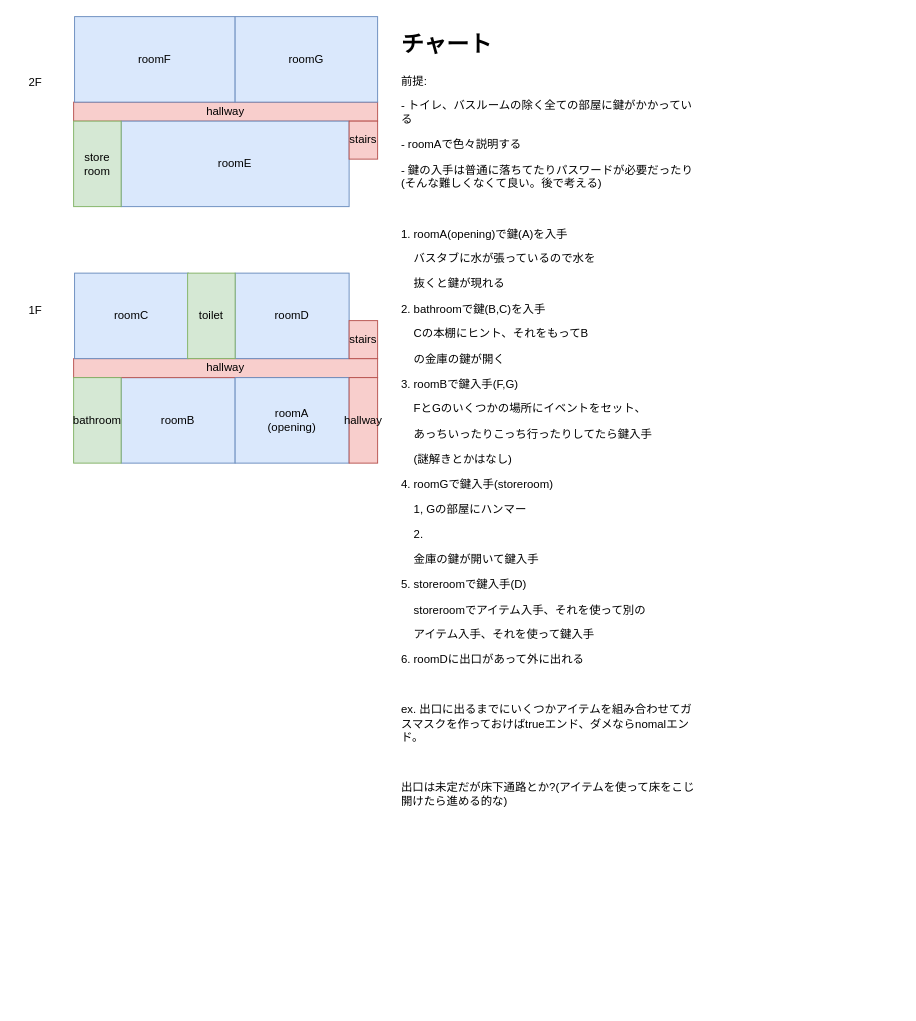
Earlier version of the draw.io diagram chart.drawio (mijinc0/escape_game). Source tidied: cells renumbered, new cells numbered last; positions are measured from the earlier drawing's top-left corner, leaving out a move shared by most shapes. Both pictures are drawn from the tidied source at 95%, with x=0, y=0 at pixel (16, 16).
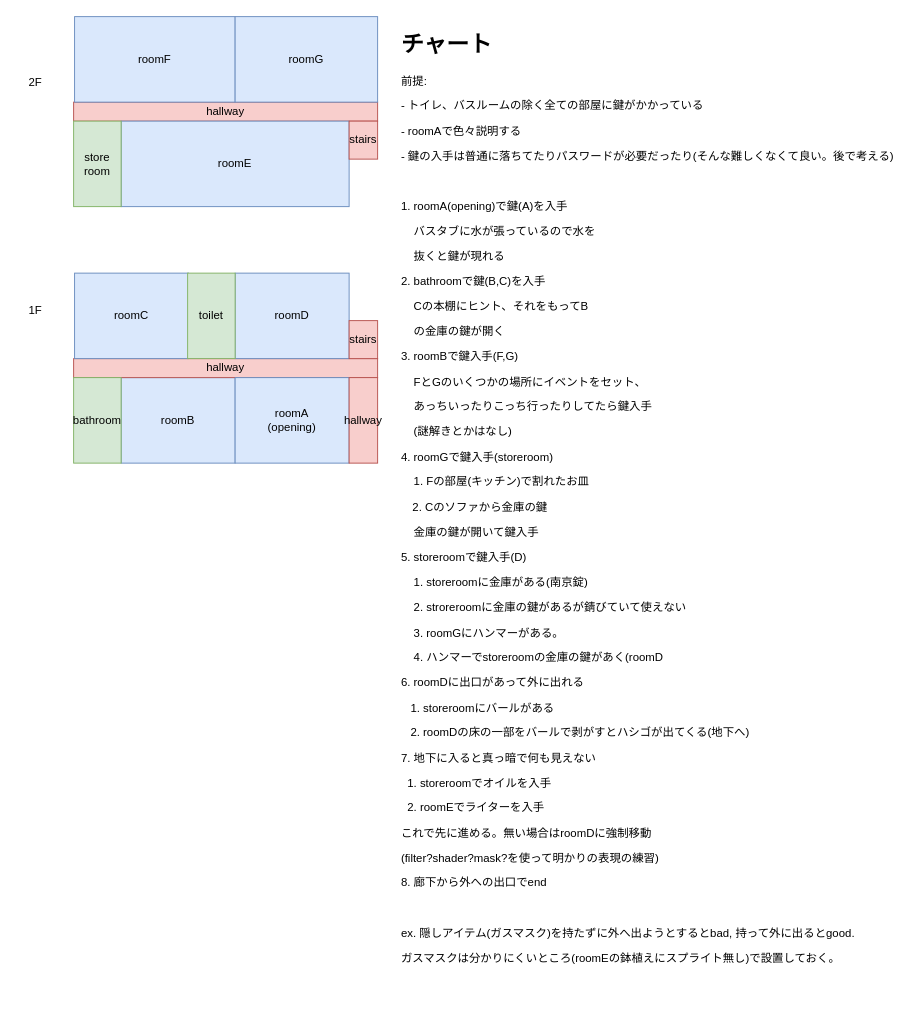
After the change.

Change to the diagram source:
```diff
@@
 <mxGraphModel>
   <root>
     <mxCell id="0" />
     <mxCell id="1" parent="0" />
     <mxCell id="2" value="roomB" style="rounded=0;whiteSpace=wrap;html=1;fillColor=#dae8fc;strokeColor=#6c8ebf;" parent="1" vertex="1">
       <mxGeometry x="110" y="380" width="120" height="90" as="geometry" />
     </mxCell>
     <mxCell id="3" value="hallway" style="rounded=0;whiteSpace=wrap;html=1;fillColor=#f8cecc;strokeColor=#b85450;" parent="1" vertex="1">
       <mxGeometry x="60" y="360" width="320" height="20" as="geometry" />
     </mxCell>
     <mxCell id="4" value="roomC&lt;br&gt;" style="rounded=0;whiteSpace=wrap;html=1;fillColor=#dae8fc;strokeColor=#6c8ebf;" parent="1" vertex="1">
       <mxGeometry x="61" y="270" width="120" height="90" as="geometry" />
     </mxCell>
     <mxCell id="5" value="roomD" style="rounded=0;whiteSpace=wrap;html=1;fillColor=#dae8fc;strokeColor=#6c8ebf;" parent="1" vertex="1">
       <mxGeometry x="230" y="270" width="120" height="90" as="geometry" />
     </mxCell>
     <mxCell id="6" value="roomA&lt;br&gt;(opening)" style="rounded=0;whiteSpace=wrap;html=1;fillColor=#dae8fc;strokeColor=#6c8ebf;" parent="1" vertex="1">
       <mxGeometry x="230" y="380" width="120" height="90" as="geometry" />
     </mxCell>
     <mxCell id="7" value="toilet" style="rounded=0;whiteSpace=wrap;html=1;fillColor=#d5e8d4;strokeColor=#82b366;" parent="1" vertex="1">
       <mxGeometry x="180" y="270" width="50" height="90" as="geometry" />
     </mxCell>
     <mxCell id="8" value="bathroom" style="rounded=0;whiteSpace=wrap;html=1;fillColor=#d5e8d4;strokeColor=#82b366;" parent="1" vertex="1">
       <mxGeometry x="60" y="380" width="50" height="90" as="geometry" />
     </mxCell>
     <mxCell id="9" value="stairs" style="rounded=0;whiteSpace=wrap;html=1;fillColor=#f8cecc;strokeColor=#b85450;" parent="1" vertex="1">
       <mxGeometry x="350" y="320" width="30" height="40" as="geometry" />
     </mxCell>
     <mxCell id="10" value="hallway" style="rounded=0;whiteSpace=wrap;html=1;fillColor=#f8cecc;strokeColor=#b85450;" parent="1" vertex="1">
       <mxGeometry x="350" y="380" width="30" height="90" as="geometry" />
     </mxCell>
     <mxCell id="11" value="1F" style="text;html=1;strokeColor=none;fillColor=none;align=center;verticalAlign=middle;whiteSpace=wrap;rounded=0;" parent="1" vertex="1">
       <mxGeometry y="300" width="40" height="20" as="geometry" />
     </mxCell>
     <mxCell id="12" value="hallway" style="rounded=0;whiteSpace=wrap;html=1;fillColor=#f8cecc;strokeColor=#b85450;" parent="1" vertex="1">
       <mxGeometry x="60" y="90" width="320" height="20" as="geometry" />
     </mxCell>
     <mxCell id="13" value="roomF" style="rounded=0;whiteSpace=wrap;html=1;fillColor=#dae8fc;strokeColor=#6c8ebf;" parent="1" vertex="1">
       <mxGeometry x="61" width="169" height="90" as="geometry" />
     </mxCell>
     <mxCell id="14" value="roomG" style="rounded=0;whiteSpace=wrap;html=1;fillColor=#dae8fc;strokeColor=#6c8ebf;" parent="1" vertex="1">
       <mxGeometry x="230" width="150" height="90" as="geometry" />
     </mxCell>
     <mxCell id="15" value="roomE" style="rounded=0;whiteSpace=wrap;html=1;fillColor=#dae8fc;strokeColor=#6c8ebf;" parent="1" vertex="1">
       <mxGeometry x="110" y="110" width="240" height="90" as="geometry" />
     </mxCell>
     <mxCell id="16" value="store&lt;br&gt;room" style="rounded=0;whiteSpace=wrap;html=1;fillColor=#d5e8d4;strokeColor=#82b366;" parent="1" vertex="1">
       <mxGeometry x="60" y="110" width="50" height="90" as="geometry" />
     </mxCell>
     <mxCell id="17" value="stairs" style="rounded=0;whiteSpace=wrap;html=1;fillColor=#f8cecc;strokeColor=#b85450;" parent="1" vertex="1">
       <mxGeometry x="350" y="110" width="30" height="40" as="geometry" />
     </mxCell>
     <mxCell id="18" value="2F" style="text;html=1;strokeColor=none;fillColor=none;align=center;verticalAlign=middle;whiteSpace=wrap;rounded=0;" parent="1" vertex="1">
       <mxGeometry y="60" width="40" height="20" as="geometry" />
     </mxCell>
-    <mxCell id="19" value="&lt;h1&gt;チャート&lt;/h1&gt;&lt;p&gt;前提:&lt;/p&gt;&lt;p&gt;- トイレ、バスルームの除く全ての部屋に鍵がかかっている&lt;/p&gt;&lt;p&gt;- roomAで色々説明する&lt;/p&gt;&lt;p&gt;- 鍵の入手は普通に落ちてたりパスワードが必要だったり(そんな難しくなくて良い。後で考える)&lt;/p&gt;&lt;p&gt;&lt;br&gt;&lt;/p&gt;&lt;p&gt;1. roomA(opening)で鍵(A)を入手&lt;/p&gt;&lt;p&gt;&amp;nbsp; &amp;nbsp; バスタブに水が張っているので水を&lt;/p&gt;&lt;p&gt;&amp;nbsp; &amp;nbsp; 抜くと鍵が現れる&lt;/p&gt;&lt;p&gt;2. bathroomで鍵(B,C)を入手&lt;/p&gt;&lt;p&gt;&amp;nbsp; &amp;nbsp; Cの本棚にヒント、それをもってB&lt;/p&gt;&lt;p&gt;&amp;nbsp; &amp;nbsp; の金庫の鍵が開く&lt;/p&gt;&lt;p&gt;3. roomBで鍵入手(F,G)&lt;/p&gt;&lt;p&gt;&amp;nbsp; &amp;nbsp; FとGのいくつかの場所にイベントを&lt;span&gt;セット、&lt;/span&gt;&lt;/p&gt;&lt;p&gt;&amp;nbsp; &amp;nbsp; あっちいったりこっち行ったりしてたら鍵入手&lt;/p&gt;&lt;p&gt;&amp;nbsp; &amp;nbsp; (謎解きとかはなし)&lt;/p&gt;&lt;p&gt;4. roomGで鍵入手(storeroom)&lt;/p&gt;&lt;p&gt;&amp;nbsp; &amp;nbsp; 1, Gの部屋にハンマー&lt;/p&gt;&lt;p&gt;&amp;nbsp; &amp;nbsp; 2.&amp;nbsp;&lt;/p&gt;&lt;p&gt;&amp;nbsp; &amp;nbsp; 金庫の鍵が開いて鍵入手&lt;/p&gt;&lt;p&gt;5. storeroomで鍵入手(D)&lt;/p&gt;&lt;p&gt;&amp;nbsp; &amp;nbsp; storeroomでアイテム入手、それを使って別の&lt;/p&gt;&lt;p&gt;&amp;nbsp; &amp;nbsp; アイテム入手、それを使って鍵入手&lt;/p&gt;&lt;p&gt;6. roomDに出口があって外に出れる&lt;/p&gt;&lt;p&gt;&lt;br&gt;&lt;/p&gt;&lt;p&gt;ex. 出口に出るまでにいくつかアイテムを組み合わせてガスマスクを作っておけばtrueエンド、ダメならnomalエンド。&lt;/p&gt;&lt;p&gt;&lt;br&gt;&lt;/p&gt;&lt;p&gt;出口は未定だが床下通路とか?(アイテムを使って床をこじ開けたら進める的な)&lt;/p&gt;" style="text;html=1;strokeColor=none;fillColor=none;spacing=5;spacingTop=-20;whiteSpace=wrap;overflow=hidden;rounded=0;align=left;" parent="1" vertex="1">
-      <mxGeometry x="400" y="10" width="320" height="850" as="geometry" />
+    <mxCell id="19" value="&lt;h1&gt;チャート&lt;/h1&gt;&lt;p&gt;前提:&lt;/p&gt;&lt;p&gt;- トイレ、バスルームの除く全ての部屋に鍵がかかっている&lt;/p&gt;&lt;p&gt;- roomAで色々説明する&lt;/p&gt;&lt;p&gt;- 鍵の入手は普通に落ちてたりパスワードが必要だったり(そんな難しくなくて良い。後で考える)&lt;/p&gt;&lt;p&gt;&lt;br&gt;&lt;/p&gt;&lt;p&gt;1. roomA(opening)で鍵(A)を入手&lt;/p&gt;&lt;p&gt;&amp;nbsp; &amp;nbsp; バスタブに水が張っているので水を&lt;/p&gt;&lt;p&gt;&amp;nbsp; &amp;nbsp; 抜くと鍵が現れる&lt;/p&gt;&lt;p&gt;2. bathroomで鍵(B,C)を入手&lt;/p&gt;&lt;p&gt;&amp;nbsp; &amp;nbsp; Cの本棚にヒント、それをもってB&lt;/p&gt;&lt;p&gt;&amp;nbsp; &amp;nbsp; の金庫の鍵が開く&lt;/p&gt;&lt;p&gt;3. roomBで鍵入手(F,G)&lt;/p&gt;&lt;p&gt;&amp;nbsp; &amp;nbsp; FとGのいくつかの場所にイベントを&lt;span&gt;セット、&lt;/span&gt;&lt;/p&gt;&lt;p&gt;&amp;nbsp; &amp;nbsp; あっちいったりこっち行ったりしてたら鍵入手&lt;/p&gt;&lt;p&gt;&amp;nbsp; &amp;nbsp; (謎解きとかはなし)&lt;/p&gt;&lt;p&gt;4. roomGで鍵入手(storeroom)&lt;/p&gt;&lt;p&gt;&amp;nbsp; &amp;nbsp; 1. Fの部屋(キッチン)で割れたお皿&lt;/p&gt;&lt;p&gt;　2. Cのソファから金庫の鍵&lt;/p&gt;&lt;p&gt;&amp;nbsp; &amp;nbsp; 金庫の鍵が開いて鍵入手&lt;/p&gt;&lt;p&gt;5. storeroomで鍵入手(D)&lt;/p&gt;&lt;p&gt;&amp;nbsp; &amp;nbsp; 1. storeroomに金庫がある(南京錠)&lt;/p&gt;&lt;p&gt;&amp;nbsp; &amp;nbsp; 2. stroreroomに金庫の鍵があるが錆びていて使えない&lt;/p&gt;&lt;p&gt;&amp;nbsp; &amp;nbsp; 3. roomGにハンマーがある。&lt;/p&gt;&lt;p&gt;&amp;nbsp; &amp;nbsp; 4. ハンマーでstoreroomの金庫の鍵があく(roomD&lt;/p&gt;&lt;p&gt;6. roomDに出口があって外に出れる&lt;/p&gt;&lt;p&gt;&amp;nbsp; &amp;nbsp;1. storeroomにバールがある&lt;/p&gt;&lt;p&gt;&amp;nbsp; &amp;nbsp;2. roomDの床の一部をバールで剥がすとハシゴが出てくる(地下へ)&lt;/p&gt;&lt;p&gt;7. 地下に入ると真っ暗で何も見えない&lt;/p&gt;&lt;p&gt;&amp;nbsp; 1. storeroomでオイルを入手&lt;/p&gt;&lt;p&gt;&amp;nbsp; 2. roomEでライターを入手&lt;/p&gt;&lt;p&gt;これで先に進める。無い場合はroomDに強制移動&lt;/p&gt;&lt;p&gt;(filter?shader?mask?を使って明かりの表現の練習)&lt;/p&gt;&lt;p&gt;8. 廊下から外への出口でend&lt;/p&gt;&lt;p&gt;&lt;br&gt;&lt;/p&gt;&lt;p&gt;ex. 隠しアイテム(ガスマスク)を持たずに外へ出ようとするとbad, 持って外に出るとgood.&lt;/p&gt;&lt;p&gt;ガスマスクは分かりにくいところ(roomEの鉢植えにスプライト無し)で設置しておく。&lt;/p&gt;" style="text;html=1;strokeColor=none;fillColor=none;spacing=5;spacingTop=-20;whiteSpace=wrap;overflow=hidden;rounded=0;align=left;" parent="1" vertex="1">
+      <mxGeometry x="400" y="10" width="530" height="1030" as="geometry" />
     </mxCell>
   </root>
 </mxGraphModel>
```
